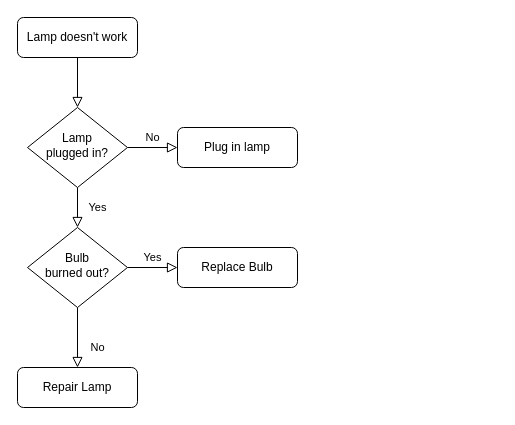
This is Untitled Diagram.drawio from maruiduan/YouTubeDemo, a draw.io file, before an edit. Source tidied: cells renumbered, new cells numbered last; positions are measured from the earlier drawing's top-left corner, leaving out a move shared by most shapes. Both pictures are drawn from the tidied source at 100%, with x=0, y=0 at pixel (17, 17).
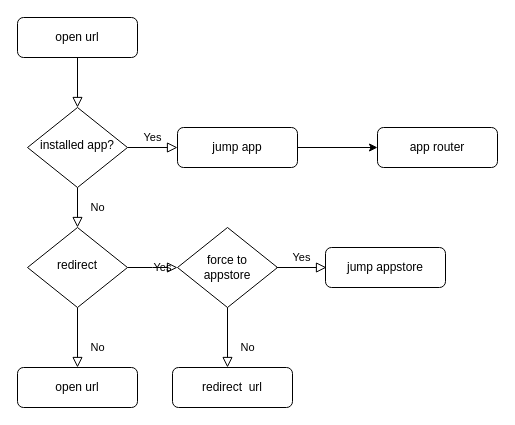
Above is the later version.

The edit, as a diff of the source:
```diff
@@
-    <mxCell id="3" value="Lamp doesn't work" style="rounded=1;whiteSpace=wrap;html=1;fontSize=12;glass=0;strokeWidth=1;shadow=0;" parent="1" vertex="1">
+    <mxCell id="3" value="open url" style="rounded=1;whiteSpace=wrap;html=1;fontSize=12;glass=0;strokeWidth=1;shadow=0;" parent="1" vertex="1">
       <mxGeometry width="120" height="40" as="geometry" />
     </mxCell>
-    <mxCell id="4" value="Yes" style="rounded=0;html=1;jettySize=auto;fontSize=11;endArrow=block;endFill=0;endSize=8;strokeWidth=1;shadow=0;labelBackgroundColor=none;edgeStyle=orthogonalEdgeStyle;" parent="1" edge="1" source="6" target="10">
+    <mxCell id="4" value="No" style="rounded=0;html=1;jettySize=auto;fontSize=11;endArrow=block;endFill=0;endSize=8;strokeWidth=1;shadow=0;labelBackgroundColor=none;edgeStyle=orthogonalEdgeStyle;" parent="1" edge="1" source="6" target="10">
       <mxGeometry y="20" relative="1" as="geometry" />
     </mxCell>
-    <mxCell id="5" value="No" style="edgeStyle=orthogonalEdgeStyle;rounded=0;html=1;jettySize=auto;fontSize=11;endArrow=block;endFill=0;endSize=8;strokeWidth=1;shadow=0;labelBackgroundColor=none;" parent="1" edge="1" source="6" target="7">
+    <mxCell id="5" value="Yes" style="edgeStyle=orthogonalEdgeStyle;rounded=0;html=1;jettySize=auto;fontSize=11;endArrow=block;endFill=0;endSize=8;strokeWidth=1;shadow=0;labelBackgroundColor=none;" parent="1" edge="1" source="6" target="7">
       <mxGeometry y="10" relative="1" as="geometry" />
     </mxCell>
-    <mxCell id="6" value="Lamp&lt;br&gt;plugged in?" style="rhombus;whiteSpace=wrap;html=1;shadow=0;fontFamily=Helvetica;fontSize=12;align=center;strokeWidth=1;spacing=6;spacingTop=-4;" parent="1" vertex="1">
+    <mxCell id="6" value="installed app?" style="rhombus;whiteSpace=wrap;html=1;shadow=0;fontFamily=Helvetica;fontSize=12;align=center;strokeWidth=1;spacing=6;spacingTop=-4;" parent="1" vertex="1">
       <mxGeometry x="10" y="90" width="100" height="80" as="geometry" />
     </mxCell>
+    <mxCell id="13" style="edgeStyle=orthogonalEdgeStyle;rounded=0;jettySize=auto;html=1;" parent="1" edge="1" source="7" target="17">
+      <mxGeometry relative="1" as="geometry" />
+    </mxCell>
-    <mxCell id="7" value="Plug in lamp" style="rounded=1;whiteSpace=wrap;html=1;fontSize=12;glass=0;strokeWidth=1;shadow=0;" parent="1" vertex="1">
+    <mxCell id="7" value="jump app" style="rounded=1;whiteSpace=wrap;html=1;fontSize=12;glass=0;strokeWidth=1;shadow=0;" parent="1" vertex="1">
       <mxGeometry x="160" y="110" width="120" height="40" as="geometry" />
     </mxCell>
@@
-    <mxCell id="9" value="Yes" style="edgeStyle=orthogonalEdgeStyle;rounded=0;html=1;jettySize=auto;fontSize=11;endArrow=block;endFill=0;endSize=8;strokeWidth=1;shadow=0;labelBackgroundColor=none;" parent="1" edge="1" source="10" target="12">
-      <mxGeometry y="10" relative="1" as="geometry" />
+    <mxCell id="9" value="Yes" style="edgeStyle=orthogonalEdgeStyle;rounded=0;html=1;jettySize=auto;fontSize=11;endArrow=block;endFill=0;endSize=8;strokeWidth=1;shadow=0;labelBackgroundColor=none;" parent="1" edge="1" source="10">
+      <mxGeometry y="10" relative="1" as="geometry">
+        <mxPoint x="160" y="250" as="targetPoint" />
+      </mxGeometry>
     </mxCell>
-    <mxCell id="10" value="Bulb&lt;br&gt;burned out?" style="rhombus;whiteSpace=wrap;html=1;shadow=0;fontFamily=Helvetica;fontSize=12;align=center;strokeWidth=1;spacing=6;spacingTop=-4;" parent="1" vertex="1">
+    <mxCell id="10" value="redirect" style="rhombus;whiteSpace=wrap;html=1;shadow=0;fontFamily=Helvetica;fontSize=12;align=center;strokeWidth=1;spacing=6;spacingTop=-4;" parent="1" vertex="1">
       <mxGeometry x="10" y="210" width="100" height="80" as="geometry" />
     </mxCell>
-    <mxCell id="11" value="Repair Lamp" style="rounded=1;whiteSpace=wrap;html=1;fontSize=12;glass=0;strokeWidth=1;shadow=0;" parent="1" vertex="1">
+    <mxCell id="11" value="open url" style="rounded=1;whiteSpace=wrap;html=1;fontSize=12;glass=0;strokeWidth=1;shadow=0;" parent="1" vertex="1">
       <mxGeometry y="350" width="120" height="40" as="geometry" />
     </mxCell>
-    <mxCell id="12" value="Replace Bulb" style="rounded=1;whiteSpace=wrap;html=1;fontSize=12;glass=0;strokeWidth=1;shadow=0;" parent="1" vertex="1">
-      <mxGeometry x="160" y="230" width="120" height="40" as="geometry" />
-    </mxCell>
+    <mxCell id="14" value="force to &lt;br&gt;appstore" style="rhombus;whiteSpace=wrap;html=1;" parent="1" vertex="1">
+      <mxGeometry x="160" y="210" width="100" height="80" as="geometry" />
+    </mxCell>
+    <mxCell id="15" value="jump appstore" style="rounded=1;whiteSpace=wrap;html=1;fontSize=12;glass=0;strokeWidth=1;shadow=0;" parent="1" vertex="1">
+      <mxGeometry x="308" y="230" width="120" height="40" as="geometry" />
+    </mxCell>
+    <mxCell id="16" value="Yes" style="edgeStyle=orthogonalEdgeStyle;rounded=0;html=1;jettySize=auto;orthogonalLoop=1;fontSize=11;endArrow=block;endFill=0;endSize=8;strokeWidth=1;shadow=0;labelBackgroundColor=none;entryX=0;entryY=0.5;entryDx=0;entryDy=0;exitX=1;exitY=0.5;exitDx=0;exitDy=0;" parent="1" edge="1">
+      <mxGeometry y="10" relative="1" as="geometry">
+        <mxPoint x="259" y="250" as="sourcePoint" />
+        <mxPoint x="309" y="250" as="targetPoint" />
+      </mxGeometry>
+    </mxCell>
+    <mxCell id="17" value="app router" style="rounded=1;whiteSpace=wrap;html=1;fontSize=12;glass=0;strokeWidth=1;shadow=0;" parent="1" vertex="1">
+      <mxGeometry x="360" y="110" width="120" height="40" as="geometry" />
+    </mxCell>
+    <mxCell id="18" value="redirect &amp;nbsp;url" style="rounded=1;whiteSpace=wrap;html=1;fontSize=12;glass=0;strokeWidth=1;shadow=0;" parent="1" vertex="1">
+      <mxGeometry x="155" y="350" width="120" height="40" as="geometry" />
+    </mxCell>
+    <mxCell id="19" value="No" style="rounded=0;html=1;jettySize=auto;orthogonalLoop=1;fontSize=11;endArrow=block;endFill=0;endSize=8;strokeWidth=1;shadow=0;labelBackgroundColor=none;edgeStyle=orthogonalEdgeStyle;" parent="1" edge="1">
+      <mxGeometry x="0.33" y="20" relative="1" as="geometry">
+        <mxPoint x="210" y="290" as="sourcePoint" />
+        <mxPoint x="210" y="350" as="targetPoint" />
+      </mxGeometry>
+    </mxCell>
```
